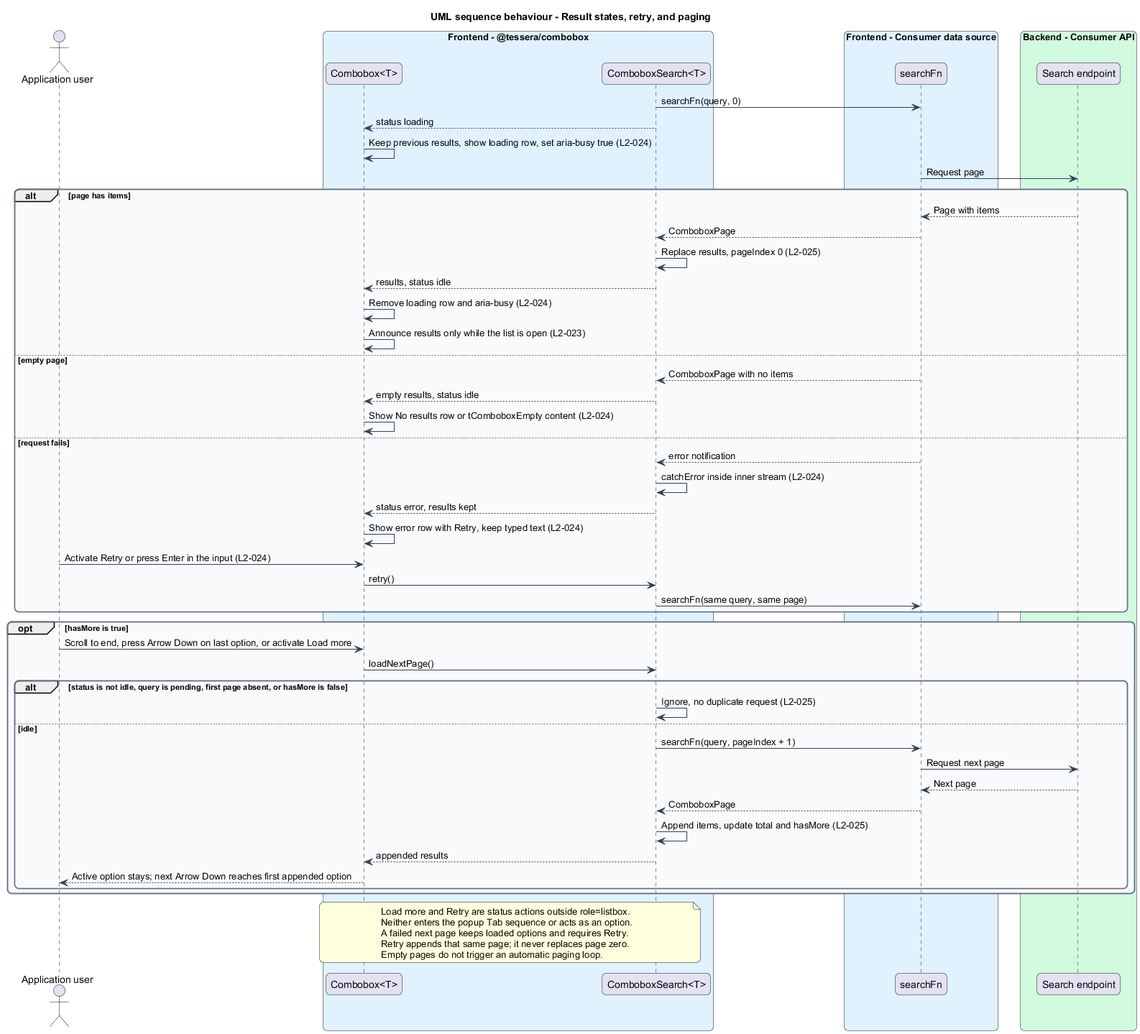
This is docs/detailed-designs/combobox/search-options/diagrams/sequence-states-paging.png from QuinntyneBrown/Tessera, a PlantUML export, as it was before one commit.
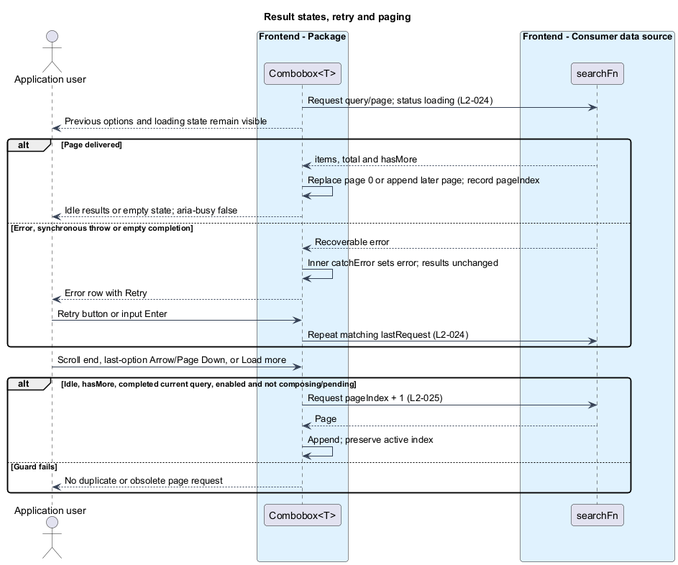
Above is the later version.

The edit, as a diff of the source:
```diff
@@ -1,75 +1,43 @@
 @startuml
-title UML sequence behaviour - Result states, retry, and paging
 skinparam backgroundColor #FFFFFF
 skinparam shadowing false
-skinparam roundcorner 12
+skinparam roundcorner 8
 skinparam defaultFontName Arial
 skinparam ArrowColor #344054
-skinparam rectangle {
+skinparam class {
   BorderColor #344054
-  FontColor #101828
-}
-skinparam package {
-  BorderColor #667085
   FontColor #101828
   BackgroundColor #F9FAFB
 }
+title Result states, retry and paging
 actor "Application user" as user
-box "Frontend - @tessera/combobox" #E0F2FE
-  participant "Combobox<T>" as combo
-  participant "ComboboxSearch<T>" as search
+box "Frontend - Package" #E0F2FE
+  participant "Combobox<T>" as cb
 end box
 box "Frontend - Consumer data source" #E0F2FE
-  participant "searchFn" as fn
-end box
-box "Backend - Consumer API" #D1FADF
-  participant "Search endpoint" as api
+  participant "searchFn" as src
 end box
 
-search -> fn : searchFn(query, 0)
-search --> combo : status loading
-combo -> combo : Keep previous results, show loading row, set aria-busy true (L2-024)
-fn -> api : Request page
-alt page has items
-  api --> fn : Page with items
-  fn --> search : ComboboxPage
-  search -> search : Replace results, pageIndex 0 (L2-025)
-  search --> combo : results, status idle
-  combo -> combo : Remove loading row and aria-busy (L2-024)
-  combo -> combo : Announce results only while the list is open (L2-023)
-else empty page
-  fn --> search : ComboboxPage with no items
-  search --> combo : empty results, status idle
-  combo -> combo : Show No results row or tComboboxEmpty content (L2-024)
-else request fails
-  fn --> search : error notification
-  search -> search : catchError inside inner stream (L2-024)
-  search --> combo : status error, results kept
-  combo -> combo : Show error row with Retry, keep typed text (L2-024)
-  user -> combo : Activate Retry or press Enter in the input (L2-024)
-  combo -> search : retry()
-  search -> fn : searchFn(same query, same page)
+
+cb -> src : Request query/page; status loading (L2-024)
+cb --> user : Previous options and loading state remain visible
+alt Page delivered
+  src --> cb : items, total and hasMore
+  cb -> cb : Replace page 0 or append later page; record pageIndex
+  cb --> user : Idle results or empty state; aria-busy false
+else Error, synchronous throw or empty completion
+  src --> cb : Recoverable error
+  cb -> cb : Inner catchError sets error; results unchanged
+  cb --> user : Error row with Retry
+  user -> cb : Retry button or input Enter
+  cb -> src : Repeat matching lastRequest (L2-024)
 end
-opt hasMore is true
-  user -> combo : Scroll to end, press Arrow Down on last option, or activate Load more
-  combo -> search : loadNextPage()
-  alt status is not idle, query is pending, first page absent, or hasMore is false
-    search -> search : Ignore, no duplicate request (L2-025)
-  else idle
-    search -> fn : searchFn(query, pageIndex + 1)
-    fn -> api : Request next page
-    api --> fn : Next page
-    fn --> search : ComboboxPage
-    search -> search : Append items, update total and hasMore (L2-025)
-    search --> combo : appended results
-    combo --> user : Active option stays; next Arrow Down reaches first appended option
-  end
+user -> cb : Scroll end, last-option Arrow/Page Down, or Load more
+alt Idle, hasMore, completed current query, enabled and not composing/pending
+  cb -> src : Request pageIndex + 1 (L2-025)
+  src --> cb : Page
+  cb -> cb : Append; preserve active index
+else Guard fails
+  cb --> user : No duplicate or obsolete page request
 end
-note over combo, search
-  Load more and Retry are status actions outside role=listbox.
-  Neither enters the popup Tab sequence or acts as an option.
-  A failed next page keeps loaded options and requires Retry.
-  Retry appends that same page; it never replaces page zero.
-  Empty pages do not trigger an automatic paging loop.
-end note
 @enduml
```
